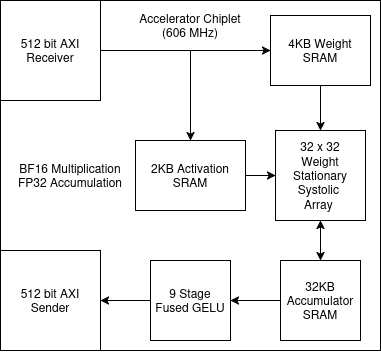
Earlier version of the draw.io export project/m4/report/figures/Block_Design.png (ianwissy-zag/510Project). Source tidied: cells renumbered, new cells last; positions are measured from the earlier drawing's top-left corner, leaving out a move shared by most shapes. Source of this version:
```xml
<mxGraphModel>
  <root>
    <mxCell id="0" />
    <mxCell id="1" parent="0" />
    <mxCell id="2" style="rounded=0;whiteSpace=wrap;html=1;" parent="1" vertex="1">
      <mxGeometry width="380" height="350" as="geometry" />
    </mxCell>
    <mxCell id="3" value="&lt;div&gt;Accelerator Chiplet&lt;/div&gt;(606 MHz)" style="text;html=1;whiteSpace=wrap;strokeColor=none;fillColor=none;align=center;verticalAlign=middle;rounded=0;" parent="1" vertex="1">
      <mxGeometry x="135" y="10" width="110" height="30" as="geometry" />
    </mxCell>
    <mxCell id="4" value="4KB Weight SRAM" style="rounded=0;whiteSpace=wrap;html=1;" parent="1" vertex="1">
      <mxGeometry x="270" y="15" width="100" height="70" as="geometry" />
    </mxCell>
    <mxCell id="5" value="&lt;div&gt;32 x 32&lt;/div&gt;&lt;div&gt;Weight Stationary&lt;/div&gt;&lt;div&gt;Systolic&amp;nbsp;&lt;/div&gt;&lt;div&gt;Array&amp;nbsp;&lt;/div&gt;" style="whiteSpace=wrap;html=1;" parent="1" vertex="1">
      <mxGeometry x="275" y="130" width="90" height="90" as="geometry" />
    </mxCell>
    <mxCell id="6" value="&lt;div&gt;512 bit AXI&lt;/div&gt;&lt;div&gt;Receiver&lt;/div&gt;" style="whiteSpace=wrap;html=1;" parent="1" vertex="1">
      <mxGeometry width="100" height="100" as="geometry" />
    </mxCell>
    <mxCell id="7" value="32KB&lt;br&gt;&lt;div&gt;Accumulator&lt;/div&gt;&lt;div&gt;SRAM&lt;/div&gt;" style="whiteSpace=wrap;html=1;" parent="1" vertex="1">
      <mxGeometry x="280" y="260" width="80" height="80" as="geometry" />
    </mxCell>
    <mxCell id="8" style="endArrow=classic;html=1;rounded=0;exitX=0.5;exitY=1;exitDx=0;exitDy=0;entryX=0.5;entryY=0;entryDx=0;entryDy=0;" parent="1" edge="1" source="4" target="5">
      <mxGeometry relative="1" as="geometry" />
    </mxCell>
    <mxCell id="9" style="endArrow=classic;html=1;rounded=0;exitX=0.5;exitY=1;exitDx=0;exitDy=0;startArrow=classic;startFill=1;" parent="1" edge="1" source="5" target="7">
      <mxGeometry relative="1" as="geometry" />
    </mxCell>
    <mxCell id="10" value="2KB Activation SRAM" style="rounded=0;whiteSpace=wrap;html=1;" parent="1" vertex="1">
      <mxGeometry x="135" y="140" width="110" height="70" as="geometry" />
    </mxCell>
    <mxCell id="11" style="endArrow=classic;html=1;rounded=0;exitX=1;exitY=0.5;exitDx=0;exitDy=0;entryX=0;entryY=0.5;entryDx=0;entryDy=0;" parent="1" edge="1" source="10" target="5">
      <mxGeometry relative="1" as="geometry" />
    </mxCell>
    <mxCell id="12" style="endArrow=classic;html=1;rounded=0;entryX=0.5;entryY=0;entryDx=0;entryDy=0;" parent="1" edge="1" target="10">
      <mxGeometry relative="1" as="geometry">
        <mxPoint x="190" y="50" as="sourcePoint" />
      </mxGeometry>
    </mxCell>
    <mxCell id="13" style="endArrow=classic;html=1;rounded=0;exitX=1;exitY=0.5;exitDx=0;exitDy=0;" parent="1" edge="1" source="6" target="4">
      <mxGeometry relative="1" as="geometry" />
    </mxCell>
    <mxCell id="14" value="&lt;div&gt;9 Stage&lt;/div&gt;&lt;div&gt;&amp;nbsp;Fused GELU&amp;nbsp;&lt;/div&gt;" style="whiteSpace=wrap;html=1;" parent="1" vertex="1">
      <mxGeometry x="150" y="260" width="80" height="80" as="geometry" />
    </mxCell>
    <mxCell id="15" style="endArrow=classic;html=1;rounded=0;exitX=0;exitY=0.5;exitDx=0;exitDy=0;entryX=1;entryY=0.5;entryDx=0;entryDy=0;" parent="1" edge="1" source="7" target="14">
      <mxGeometry relative="1" as="geometry" />
    </mxCell>
    <mxCell id="16" value="&lt;div&gt;512 bit AXI&lt;/div&gt;&lt;div&gt;Sender&lt;/div&gt;" style="whiteSpace=wrap;html=1;" parent="1" vertex="1">
      <mxGeometry y="250" width="100" height="100" as="geometry" />
    </mxCell>
    <mxCell id="17" style="endArrow=classic;html=1;rounded=0;exitX=0;exitY=0.5;exitDx=0;exitDy=0;entryX=1;entryY=0.5;entryDx=0;entryDy=0;" parent="1" edge="1" source="14" target="16">
      <mxGeometry relative="1" as="geometry" />
    </mxCell>
    <mxCell id="18" style="edgeStyle=orthogonalEdgeStyle;rounded=0;orthogonalLoop=1;jettySize=auto;html=1;exitX=0.5;exitY=1;exitDx=0;exitDy=0;" parent="1" edge="1" source="2" target="2">
      <mxGeometry relative="1" as="geometry" />
    </mxCell>
    <mxCell id="19" value="&lt;div&gt;BF16 Multiplication&lt;/div&gt;&lt;div&gt;FP32 Accumulation&lt;/div&gt;" style="text;html=1;whiteSpace=wrap;strokeColor=none;fillColor=none;align=center;verticalAlign=middle;rounded=0;" parent="1" vertex="1">
      <mxGeometry x="10" y="160" width="120" height="30" as="geometry" />
    </mxCell>
  </root>
</mxGraphModel>
```
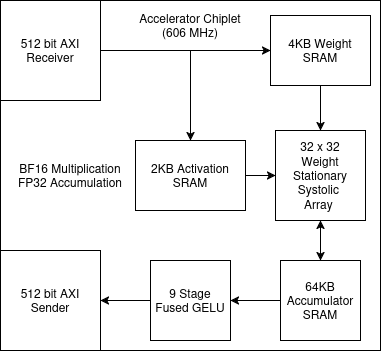
The same diagram one commit later.

What changed in the source:
```diff
@@ -17,7 +17,7 @@
     <mxCell id="6" value="&lt;div&gt;512 bit AXI&lt;/div&gt;&lt;div&gt;Receiver&lt;/div&gt;" style="whiteSpace=wrap;html=1;" parent="1" vertex="1">
       <mxGeometry width="100" height="100" as="geometry" />
     </mxCell>
-    <mxCell id="7" value="32KB&lt;br&gt;&lt;div&gt;Accumulator&lt;/div&gt;&lt;div&gt;SRAM&lt;/div&gt;" style="whiteSpace=wrap;html=1;" parent="1" vertex="1">
+    <mxCell id="7" value="64KB&lt;br&gt;&lt;div&gt;Accumulator&lt;/div&gt;&lt;div&gt;SRAM&lt;/div&gt;" style="whiteSpace=wrap;html=1;" parent="1" vertex="1">
       <mxGeometry x="280" y="260" width="80" height="80" as="geometry" />
     </mxCell>
     <mxCell id="8" style="endArrow=classic;html=1;rounded=0;exitX=0.5;exitY=1;exitDx=0;exitDy=0;entryX=0.5;entryY=0;entryDx=0;entryDy=0;" parent="1" edge="1" source="4" target="5">
```
